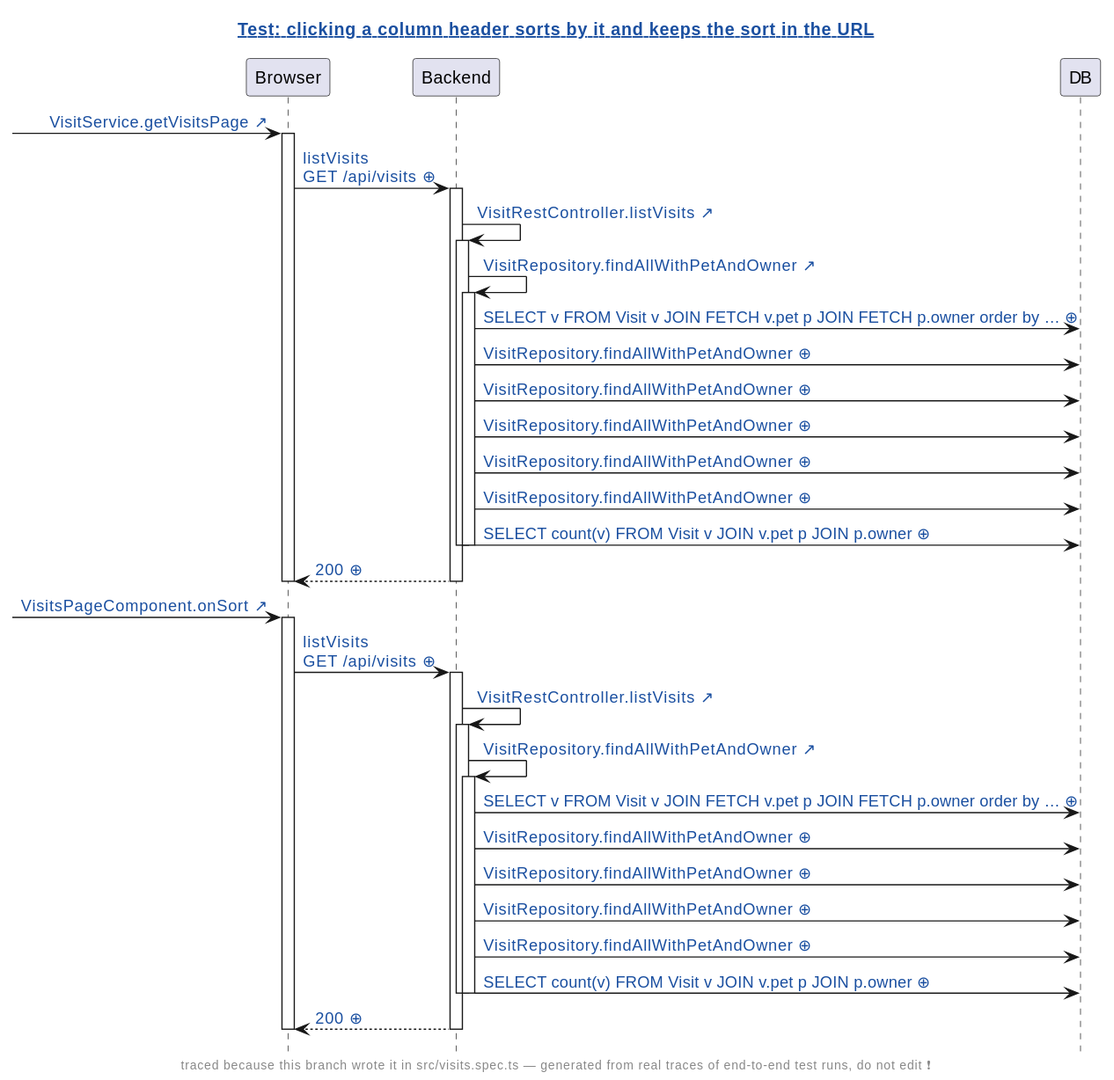
victorrentea/human-review keeps this PlantUML diagram as demo/demo2/assets/diagrams/petclinic-test_generated_visits.spec.ts.clicking-a-column-header-sorts-by-it-and-keeps-the-sort-in-the-url.genseq.new.svg. Above is the earlier version.
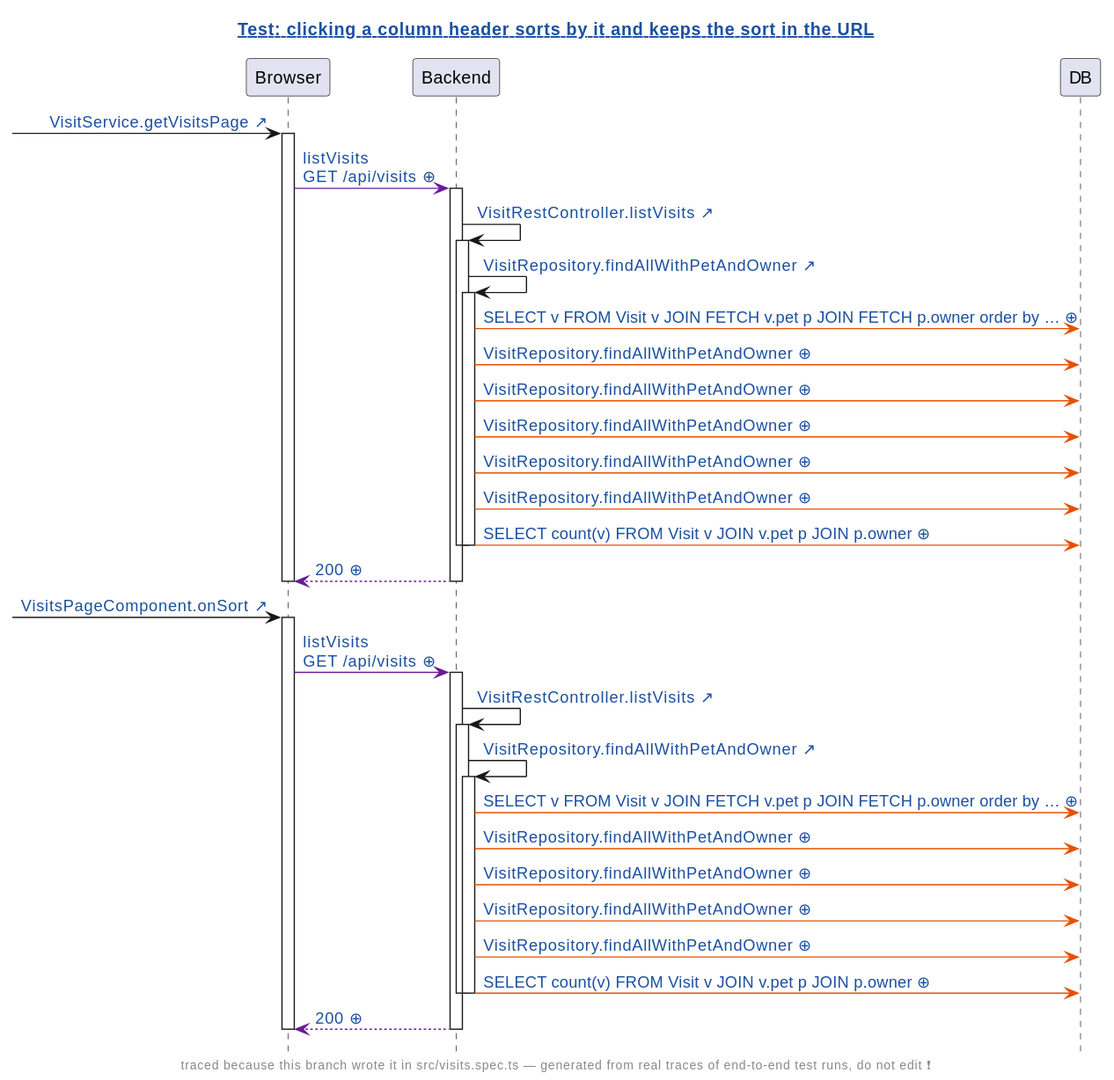
After the change.

Change to the diagram source:
```diff
@@ -11,41 +11,41 @@
 participant DB
 [-> Browser: [[src://petclinic-frontend/src/app/visits/visits-page/visits-page.component.ts:50{Click to open the line that sent this request: visits-page.component.ts:50} VisitService.getVisitsPage ↗]]
 activate Browser
-Browser -> Backend: [[genseq://09jss6p{Click for the request as it was sent} listVisits\nGET /api/visits ⊕]]
+Browser -[#6A1B9A]> Backend: [[genseq://09jss6p{Click for the request as it was sent} listVisits\nGET /api/visits ⊕]]
 activate Backend
 Backend -> Backend: [[src://petclinic-backend/src/main/java/victor/training/petclinic/rest/VisitRestController.java:54{Click to open VisitRestController.listVisits} VisitRestController.listVisits ↗]]
 activate Backend
 Backend -> Backend: [[src://petclinic-backend/src/main/java/victor/training/petclinic/repository/VisitRepository.java:22{Click to open VisitRepository.findAllWithPetAndOwner} VisitRepository.findAllWithPetAndOwner ↗]]
 activate Backend
-Backend -> DB: [[genseq://114roce{Click for the statement behind this call} SELECT v FROM Visit v JOIN FETCH v.pet p JOIN FETCH p.owner order by … ⊕]]
-Backend -> DB: [[genseq://070fg5f{Click for the statement behind this call} VisitRepository.findAllWithPetAndOwner ⊕]]
-Backend -> DB: [[genseq://0xm9qzg{Click for the statement behind this call} VisitRepository.findAllWithPetAndOwner ⊕]]
-Backend -> DB: [[genseq://1heb9yw{Click for the statement behind this call} VisitRepository.findAllWithPetAndOwner ⊕]]
-Backend -> DB: [[genseq://094wceq{Click for the statement behind this call} VisitRepository.findAllWithPetAndOwner ⊕]]
-Backend -> DB: [[genseq://0cvbten{Click for the statement behind this call} VisitRepository.findAllWithPetAndOwner ⊕]]
-Backend -> DB: [[genseq://0gohwr7{Click for the statement behind this call} SELECT count(v) FROM Visit v JOIN v.pet p JOIN p.owner ⊕]]
+Backend -[#E65100]> DB: [[genseq://114roce{Click for the statement behind this call} SELECT v FROM Visit v JOIN FETCH v.pet p JOIN FETCH p.owner order by … ⊕]]
+Backend -[#E65100]> DB: [[genseq://070fg5f{Click for the statement behind this call} VisitRepository.findAllWithPetAndOwner ⊕]]
+Backend -[#E65100]> DB: [[genseq://0xm9qzg{Click for the statement behind this call} VisitRepository.findAllWithPetAndOwner ⊕]]
+Backend -[#E65100]> DB: [[genseq://1heb9yw{Click for the statement behind this call} VisitRepository.findAllWithPetAndOwner ⊕]]
+Backend -[#E65100]> DB: [[genseq://094wceq{Click for the statement behind this call} VisitRepository.findAllWithPetAndOwner ⊕]]
+Backend -[#E65100]> DB: [[genseq://0cvbten{Click for the statement behind this call} VisitRepository.findAllWithPetAndOwner ⊕]]
+Backend -[#E65100]> DB: [[genseq://0gohwr7{Click for the statement behind this call} SELECT count(v) FROM Visit v JOIN v.pet p JOIN p.owner ⊕]]
 deactivate Backend
 deactivate Backend
-Backend --> Browser: [[genseq://1gl89nl{Click for this call’s JSON body} 200 ⊕]]
+Backend -[#6A1B9A]-> Browser: [[genseq://1gl89nl{Click for this call’s JSON body} 200 ⊕]]
 deactivate Backend
 deactivate Browser
 [-> Browser: [[src://petclinic-frontend/src/app/visits/visits-page/visits-page.component.ts:63{Click to open the line that sent this request: visits-page.component.ts:86 ← visits-page.component.ts:63 ← visits-page.component.html:15} VisitsPageComponent.onSort ↗]]
 activate Browser
-Browser -> Backend: [[genseq://0nd1dkn{Click for the request as it was sent} listVisits\nGET /api/visits ⊕]]
+Browser -[#6A1B9A]> Backend: [[genseq://0nd1dkn{Click for the request as it was sent} listVisits\nGET /api/visits ⊕]]
 activate Backend
 Backend -> Backend: [[src://petclinic-backend/src/main/java/victor/training/petclinic/rest/VisitRestController.java:54{Click to open VisitRestController.listVisits} VisitRestController.listVisits ↗]]
 activate Backend
 Backend -> Backend: [[src://petclinic-backend/src/main/java/victor/training/petclinic/repository/VisitRepository.java:22{Click to open VisitRepository.findAllWithPetAndOwner} VisitRepository.findAllWithPetAndOwner ↗]]
 activate Backend
-Backend -> DB: [[genseq://19w8crk{Click for the statement behind this call} SELECT v FROM Visit v JOIN FETCH v.pet p JOIN FETCH p.owner order by … ⊕]]
-Backend -> DB: [[genseq://0cvbten{Click for the statement behind this call} VisitRepository.findAllWithPetAndOwner ⊕]]
-Backend -> DB: [[genseq://0i1m34t{Click for the statement behind this call} VisitRepository.findAllWithPetAndOwner ⊕]]
-Backend -> DB: [[genseq://1heb9yw{Click for the statement behind this call} VisitRepository.findAllWithPetAndOwner ⊕]]
-Backend -> DB: [[genseq://0xm9qzg{Click for the statement behind this call} VisitRepository.findAllWithPetAndOwner ⊕]]
-Backend -> DB: [[genseq://0gohwr7{Click for the statement behind this call} SELECT count(v) FROM Visit v JOIN v.pet p JOIN p.owner ⊕]]
+Backend -[#E65100]> DB: [[genseq://19w8crk{Click for the statement behind this call} SELECT v FROM Visit v JOIN FETCH v.pet p JOIN FETCH p.owner order by … ⊕]]
+Backend -[#E65100]> DB: [[genseq://0cvbten{Click for the statement behind this call} VisitRepository.findAllWithPetAndOwner ⊕]]
+Backend -[#E65100]> DB: [[genseq://0i1m34t{Click for the statement behind this call} VisitRepository.findAllWithPetAndOwner ⊕]]
+Backend -[#E65100]> DB: [[genseq://1heb9yw{Click for the statement behind this call} VisitRepository.findAllWithPetAndOwner ⊕]]
+Backend -[#E65100]> DB: [[genseq://0xm9qzg{Click for the statement behind this call} VisitRepository.findAllWithPetAndOwner ⊕]]
+Backend -[#E65100]> DB: [[genseq://0gohwr7{Click for the statement behind this call} SELECT count(v) FROM Visit v JOIN v.pet p JOIN p.owner ⊕]]
 deactivate Backend
 deactivate Backend
-Backend --> Browser: [[genseq://0i7raod{Click for this call’s JSON body} 200 ⊕]]
+Backend -[#6A1B9A]-> Browser: [[genseq://0i7raod{Click for this call’s JSON body} 200 ⊕]]
 deactivate Backend
 deactivate Browser
 @enduml
```
